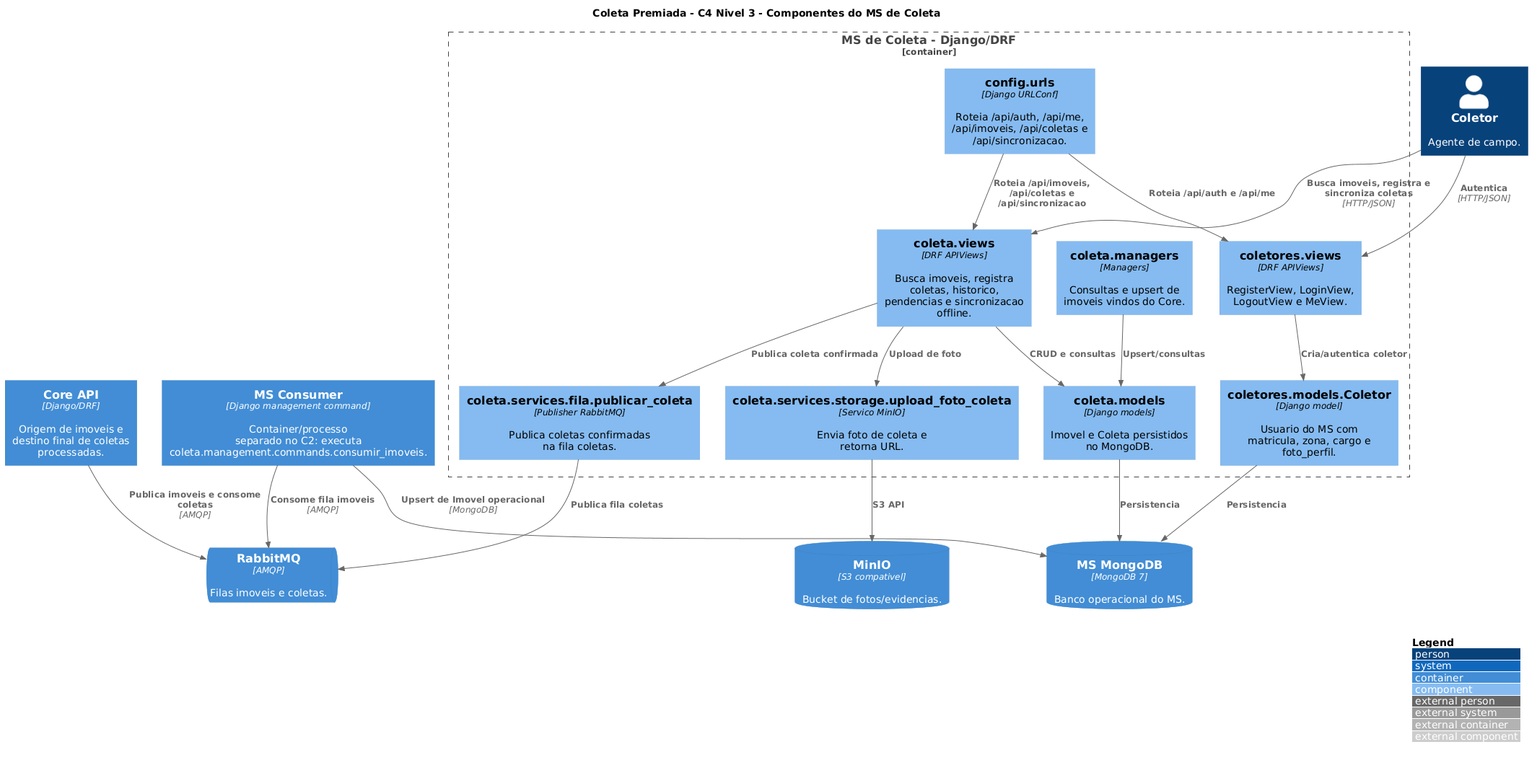
Earlier version of the PlantUML export docs/architecture/c4/png/components-ms.png (rangelro/Coleta-Premiada).
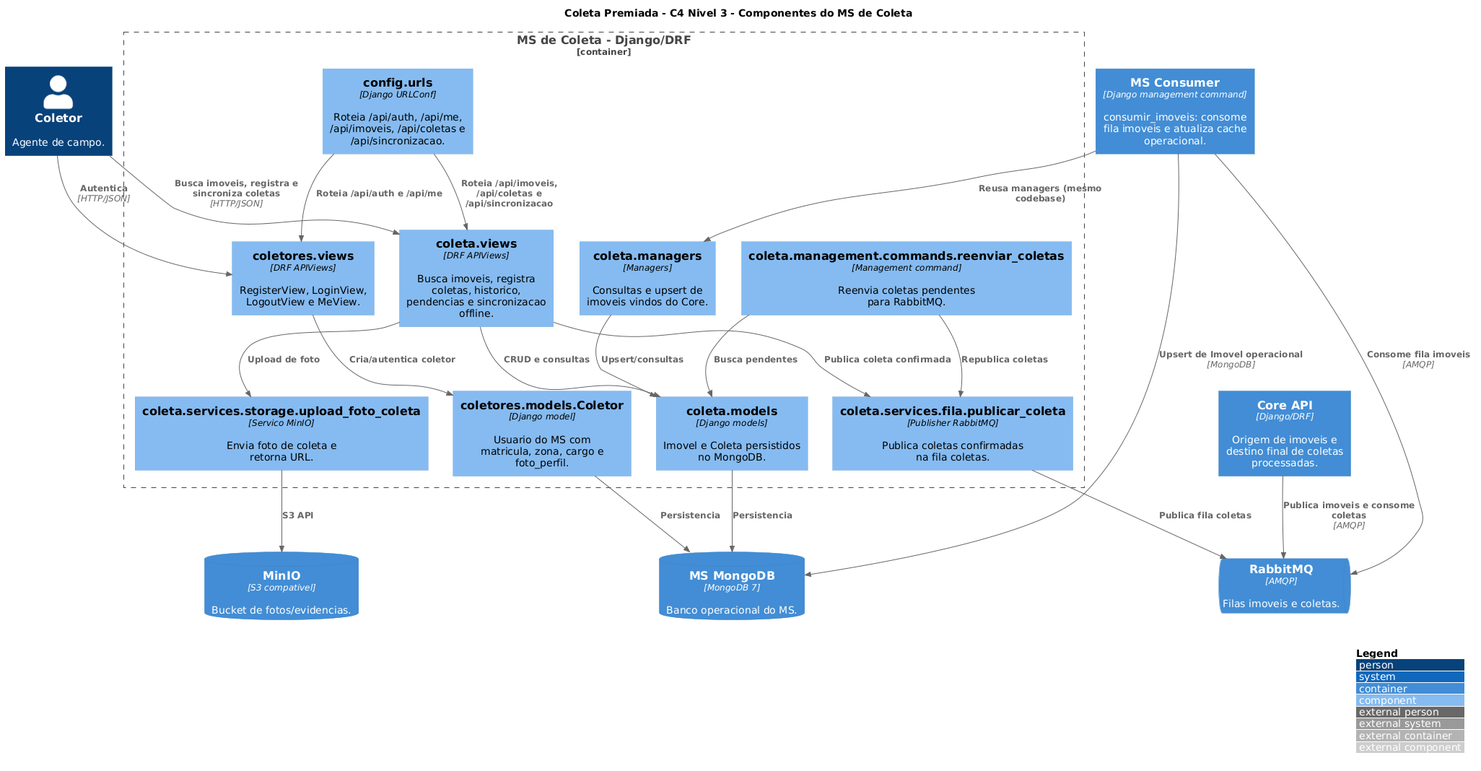
After the change.

Commit message:
docs/fix: readicionado reenviar_coleta no C3, e corrigindo divergencia do mesmo conteinar no c2 e c3, deixando core consumer menor verboso

Diff of the diagram source:
```diff
@@ -17,9 +17,10 @@
     Component(coleta_managers, "coleta.managers", "Managers", "Consultas e upsert de imoveis vindos do Core.")
     Component(storage_service, "coleta.services.storage.upload_foto_coleta", "Servico MinIO", "Envia foto de coleta e retorna URL.")
     Component(fila_service, "coleta.services.fila.publicar_coleta", "Publisher RabbitMQ", "Publica coletas confirmadas na fila coletas.")
+    Component(reenviar_coletas_cmd, "coleta.management.commands.reenviar_coletas", "Management command", "Reenvia coletas pendentes para RabbitMQ.")
 }
 
-Container(ms_consumer, "MS Consumer", "Django management command", "Container/processo separado no C2: executa coleta.management.commands.consumir_imoveis.")
+Container(ms_consumer, "MS Consumer", "Django management command", "consumir_imoveis: consome fila imoveis e atualiza cache operacional.")
 ContainerDb(ms_db, "MS MongoDB", "MongoDB 7", "Banco operacional do MS.")
 ContainerDb(minio, "MinIO", "S3 compativel", "Bucket de fotos/evidencias.")
 ContainerQueue(rabbitmq, "RabbitMQ", "AMQP", "Filas imoveis e coletas.")
@@ -41,9 +42,12 @@
 Rel(coleta_managers, coleta_models, "Upsert/consultas")
 Rel(storage_service, minio, "S3 API")
 Rel(fila_service, rabbitmq, "Publica fila coletas")
+Rel(reenviar_coletas_cmd, coleta_models, "Busca pendentes")
+Rel(reenviar_coletas_cmd, fila_service, "Republica coletas")
 
 Rel(ms_consumer, rabbitmq, "Consome fila imoveis", "AMQP")
 Rel(ms_consumer, ms_db, "Upsert de Imovel operacional", "MongoDB")
+Rel(ms_consumer, coleta_managers, "Reusa managers (mesmo codebase)")
 
 Rel(core, rabbitmq, "Publica imoveis e consome coletas", "AMQP")
 
```
